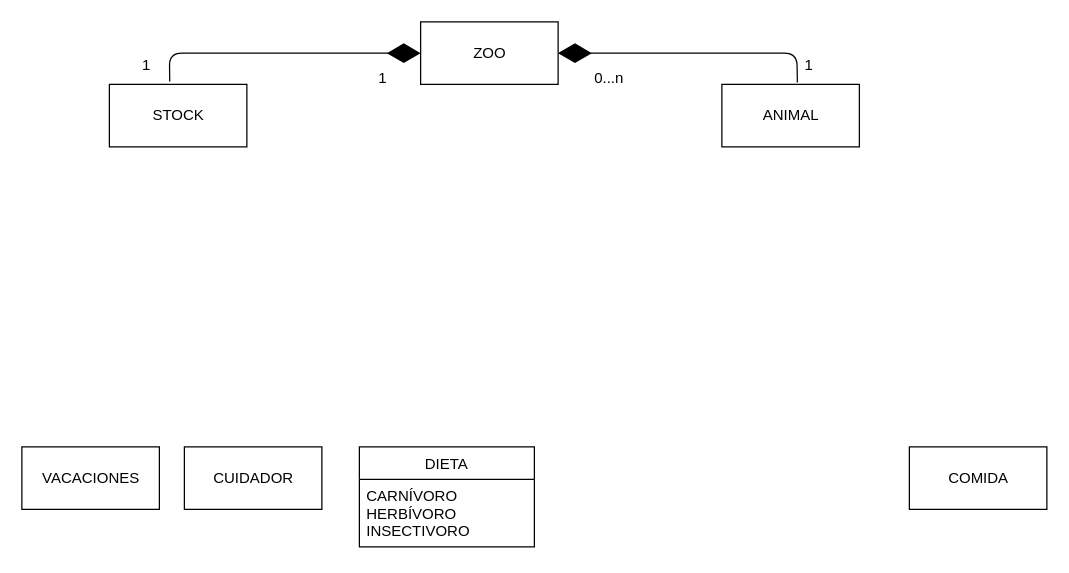
Before: EJ5/ejercicio5.drawio in Trabajo-gruupal-empresa/Mediante-UML, a draw.io diagram. Source tidied: cells renumbered, new cells numbered last; positions are measured from the earlier drawing's top-left corner, leaving out a move shared by most shapes. Both pictures are drawn from the tidied source at 125%, with x=0, y=0 at pixel (21, 21).
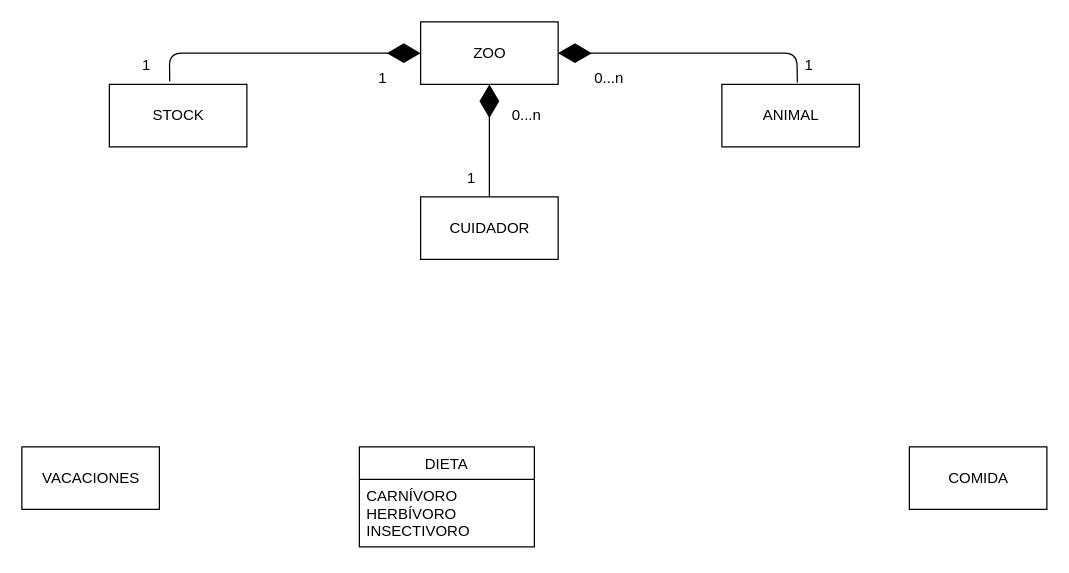
Above is the later version.

Commit message:
composición cuidador/zoo

The change refers to these unchanged cells:
```xml
<mxCell id="2" value="ZOO" style="html=1;" parent="1" vertex="1">
  <mxGeometry x="319" width="110" height="50" as="geometry" />
</mxCell>
```

Change to the diagram source:
```diff
@@
     <mxCell id="3" value="CUIDADOR" style="html=1;" parent="1" vertex="1">
-      <mxGeometry x="130" y="340" width="110" height="50" as="geometry" />
+      <mxGeometry x="319" y="140" width="110" height="50" as="geometry" />
     </mxCell>
@@
+    <mxCell id="16" style="endArrow=diamondThin;endFill=1;endSize=24;html=1;entryX=0.5;entryY=1;entryDx=0;entryDy=0;exitX=0.5;exitY=0;exitDx=0;exitDy=0;" parent="1" edge="1" source="3" target="2">
+      <mxGeometry relative="1" as="geometry" />
+    </mxCell>
+    <mxCell id="17" value="0...n" style="text;strokeColor=none;align=center;fillColor=none;html=1;verticalAlign=middle;whiteSpace=wrap;rounded=0;" parent="1" vertex="1">
+      <mxGeometry x="374" y="60" width="60" height="30" as="geometry" />
+    </mxCell>
+    <mxCell id="18" value="1" style="text;strokeColor=none;align=center;fillColor=none;html=1;verticalAlign=middle;whiteSpace=wrap;rounded=0;" parent="1" vertex="1">
+      <mxGeometry x="330" y="110" width="60" height="30" as="geometry" />
+    </mxCell>
```
